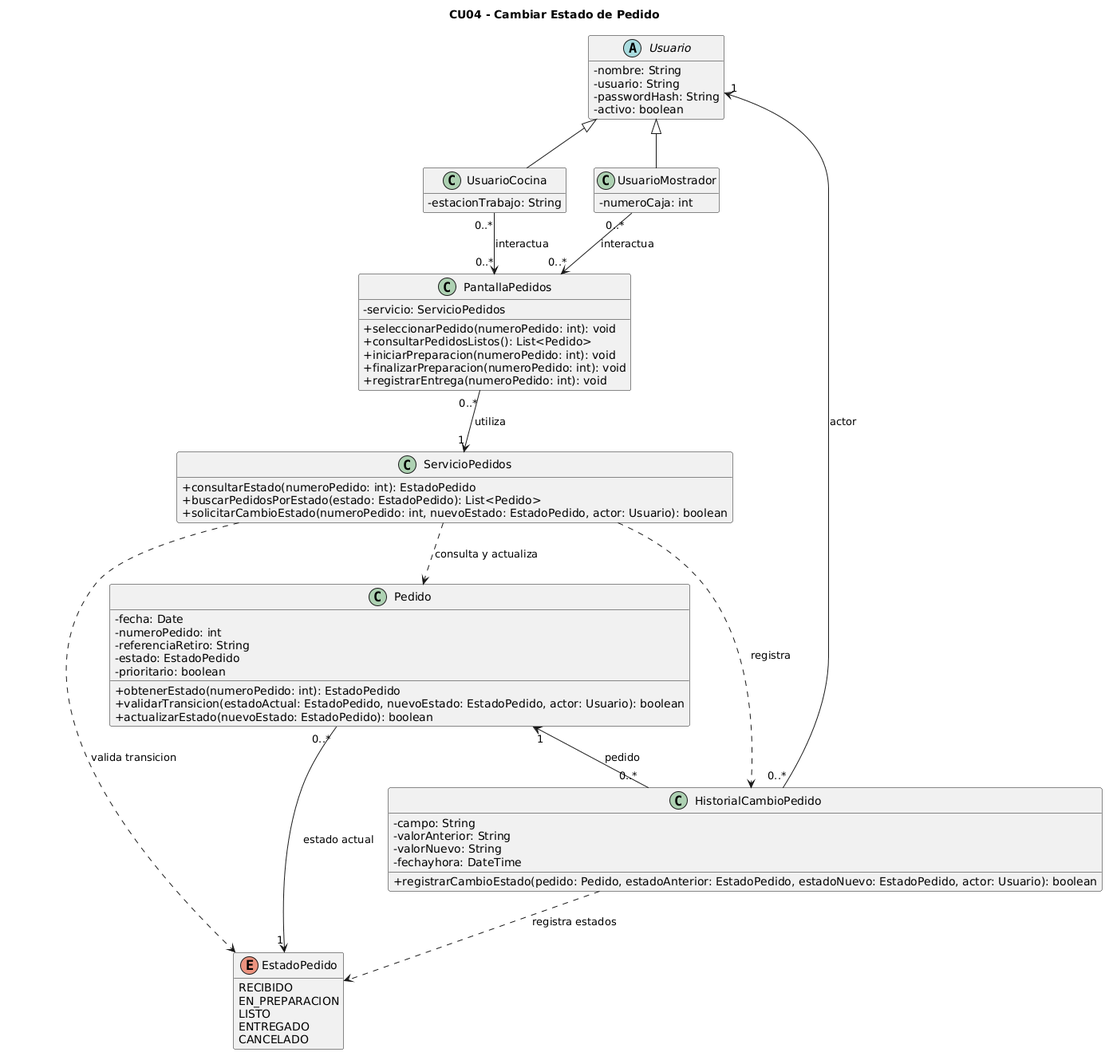
Before: diagramas/01-diagrama-clases/04-clases-cambiar-estado-pedido-04.png, a diagram exported from PlantUML (eloeyhe/SistemaPedidos).
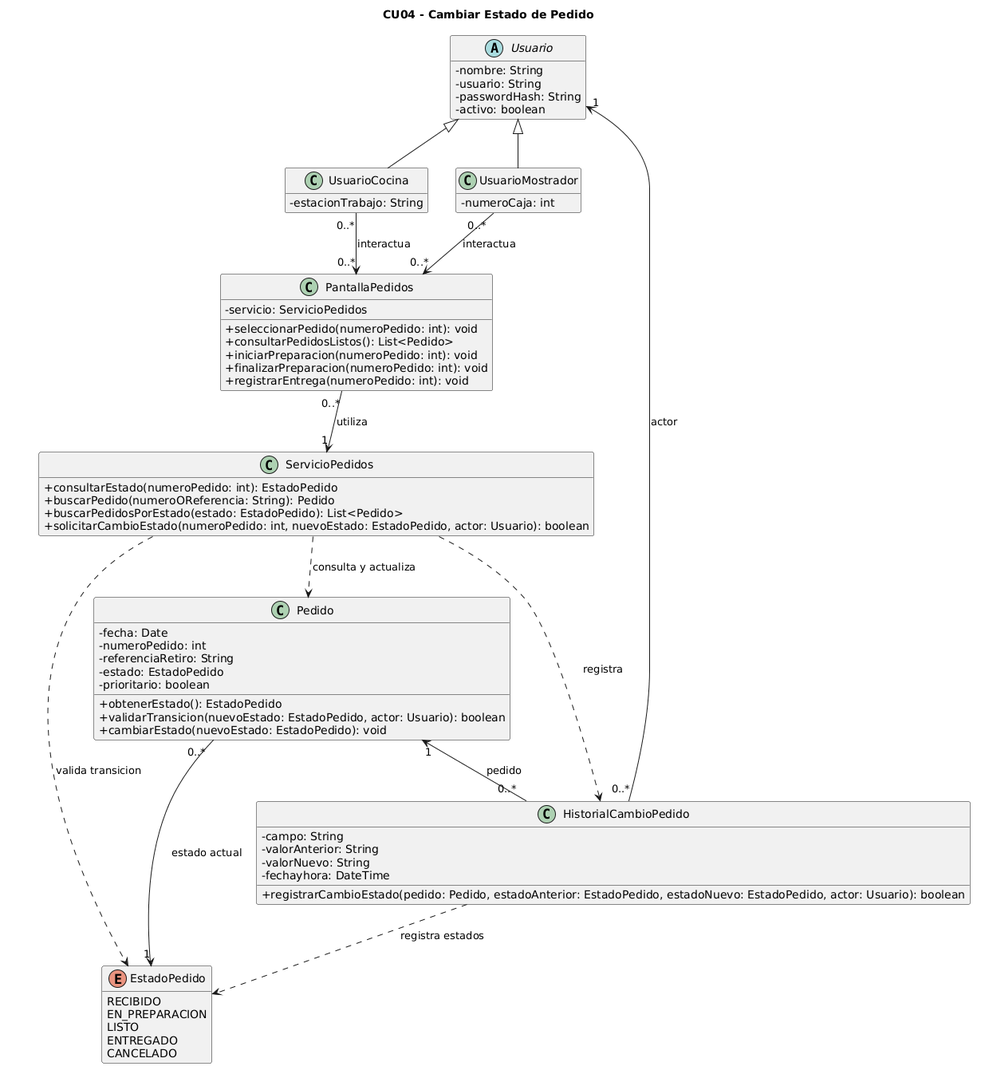
Later version of the same file.

Change to the diagram source:
```diff
@@ -29,6 +29,7 @@
 
 class ServicioPedidos {
   + consultarEstado(numeroPedido: int): EstadoPedido
+  + buscarPedido(numeroOReferencia: String): Pedido
   + buscarPedidosPorEstado(estado: EstadoPedido): List<Pedido>
   + solicitarCambioEstado(numeroPedido: int, nuevoEstado: EstadoPedido, actor: Usuario): boolean
 }
@@ -39,9 +40,9 @@
   - referenciaRetiro: String
   - estado: EstadoPedido
   - prioritario: boolean
-  + obtenerEstado(numeroPedido: int): EstadoPedido
-  + validarTransicion(estadoActual: EstadoPedido, nuevoEstado: EstadoPedido, actor: Usuario): boolean
-  + actualizarEstado(nuevoEstado: EstadoPedido): boolean
+  + obtenerEstado(): EstadoPedido
+  + validarTransicion(nuevoEstado: EstadoPedido, actor: Usuario): boolean
+  + cambiarEstado(nuevoEstado: EstadoPedido): void
 }
 
 class HistorialCambioPedido {
```
